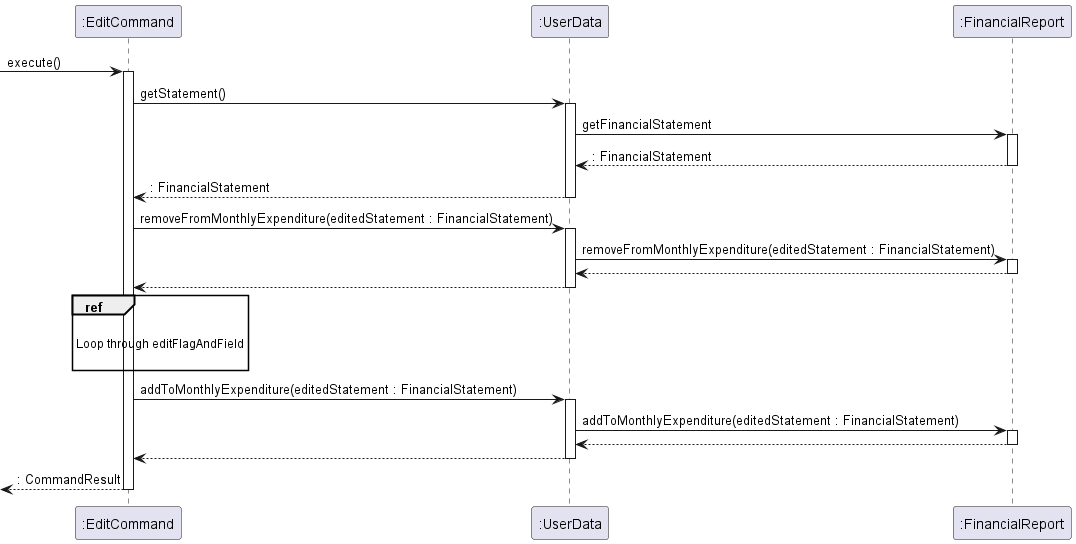
Above: docs/images/DeveloperGuide/EditCommand.png in nus-cs2113-AY2223S2/tp (PlantUML), before the change.
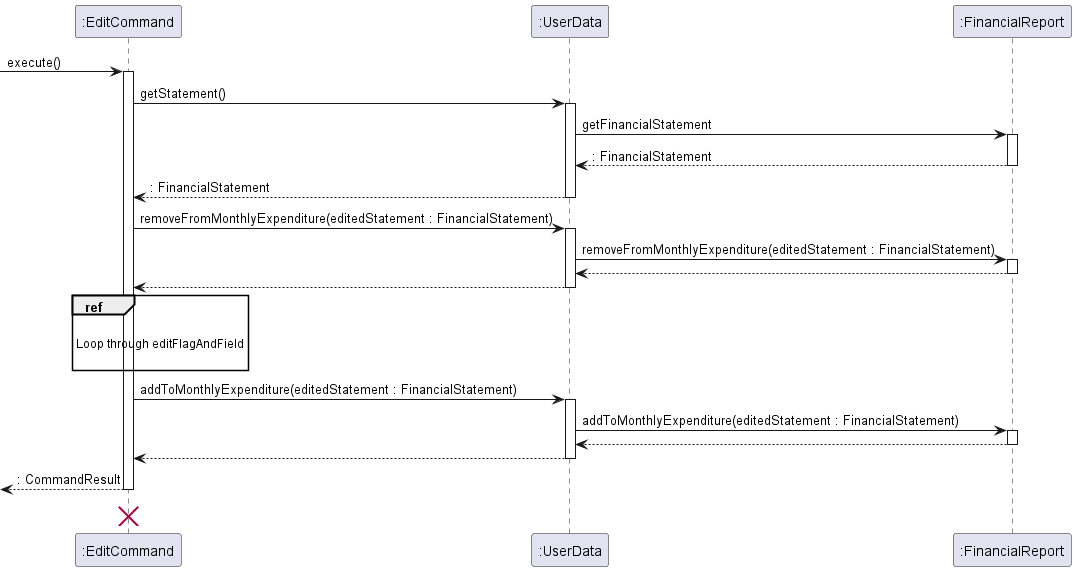
The same file after the commit.

Change to the diagram source:
```diff
@@ -46,6 +46,7 @@
 
 [<--EditCommand : : CommandResult
 deactivate EditCommand
-
+EditCommand <-[hidden]- EditCommand
+destroy EditCommand
 
 @enduml
```
